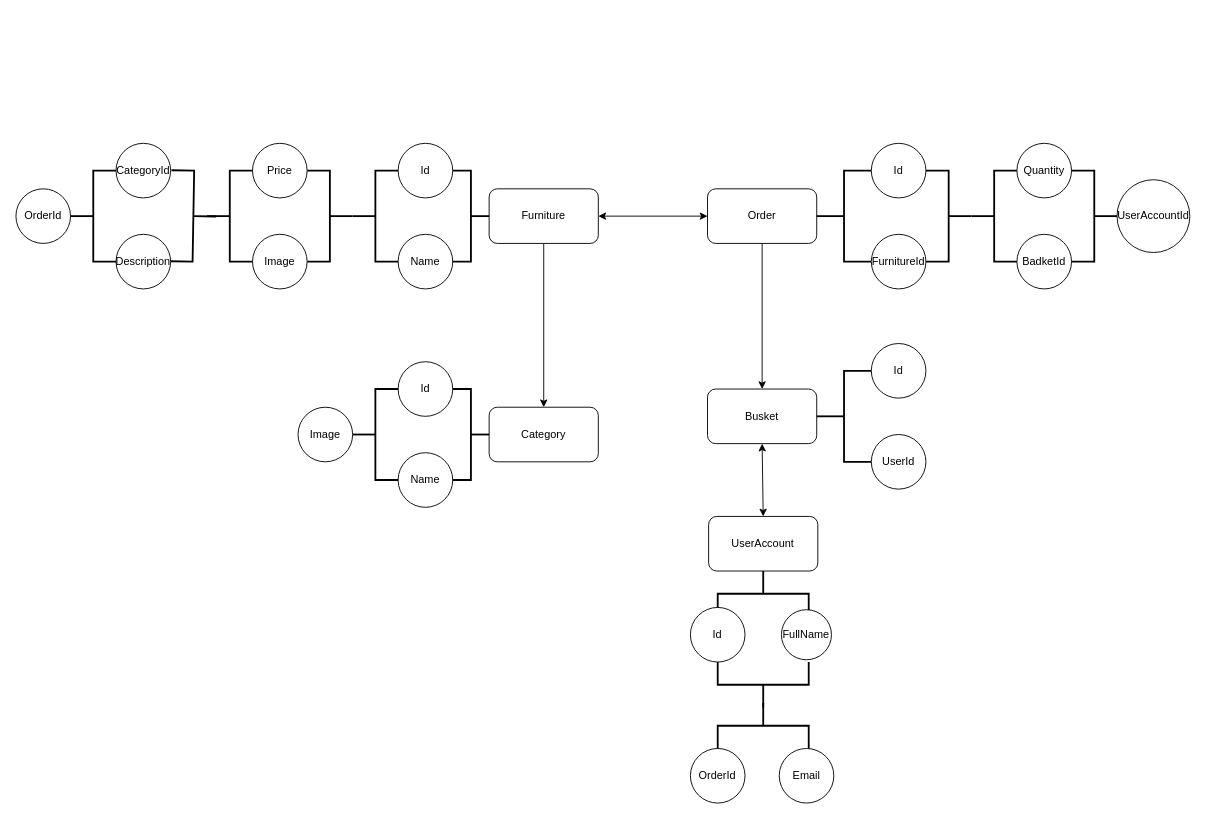
This is ER-Діаграма/Er.drawio from MyroslavShymon/FurnitureApp, a draw.io file, before an edit. Source tidied: cells renumbered, new cells numbered last; positions are measured from the earlier drawing's top-left corner, leaving out a move shared by most shapes. Both pictures are drawn from the tidied source at 91%, with x=0, y=0 at pixel (15, 143).
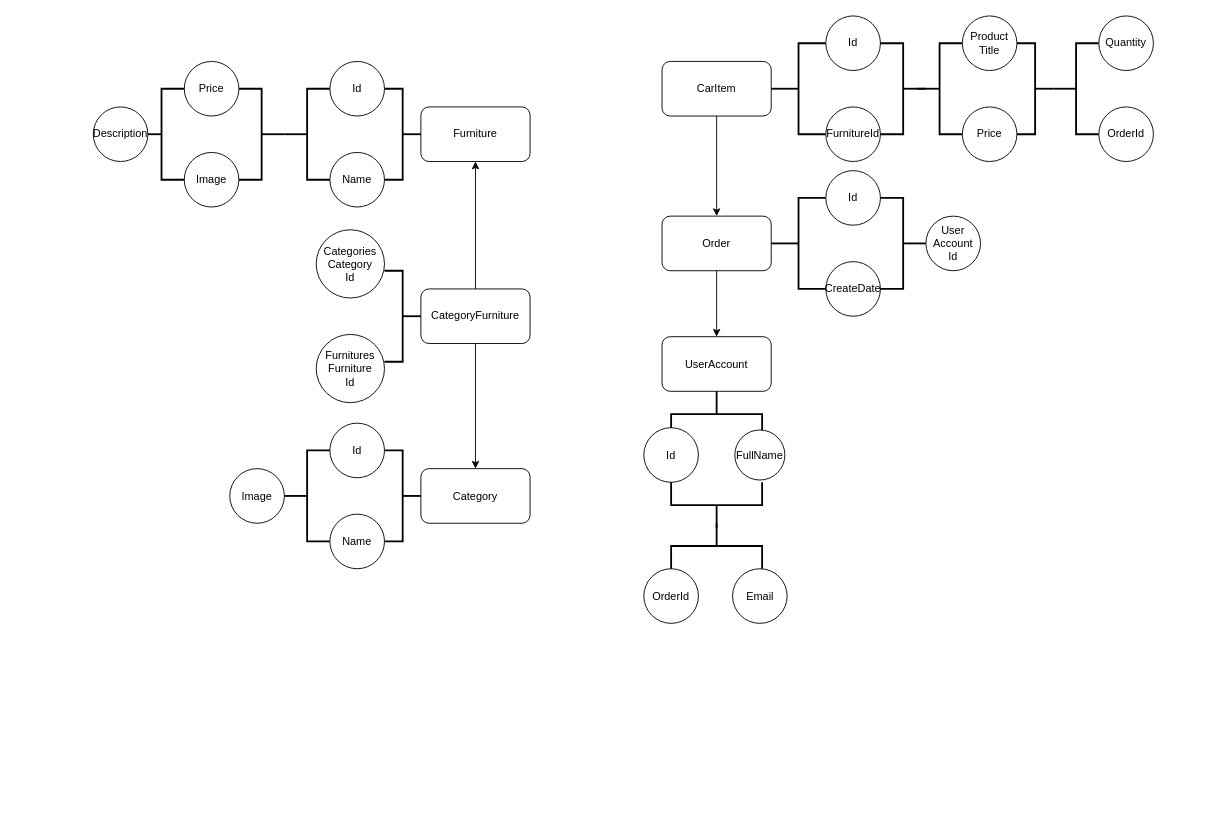
After the change.

Commit message:
Er-Diagrama (Task #6)

Change to the diagram source:
```diff
@@
-    <mxCell id="2" style="edgeStyle=orthogonalEdgeStyle;rounded=0;jettySize=auto;html=1;exitX=0.5;exitY=1;exitDx=0;exitDy=0;entryX=0.5;entryY=0;entryDx=0;entryDy=0;" parent="1" edge="1" source="3" target="15">
-      <mxGeometry relative="1" as="geometry" />
-    </mxCell>
     <mxCell id="3" value="Furniture" style="rounded=1;whiteSpace=wrap;html=1;" parent="1" vertex="1">
-      <mxGeometry x="520" y="50" width="120" height="60" as="geometry" />
+      <mxGeometry x="445" y="-40" width="120" height="60" as="geometry" />
     </mxCell>
     <mxCell id="4" style="strokeWidth=2;html=1;shape=mxgraph.flowchart.annotation_2;align=left;labelPosition=right;rotation=-180;" parent="1" vertex="1">
-      <mxGeometry x="480" y="30" width="40" height="100" as="geometry" />
+      <mxGeometry x="405" y="-60" width="40" height="100" as="geometry" />
     </mxCell>
     <mxCell id="5" value="Id" style="ellipse;whiteSpace=wrap;html=1;" parent="1" vertex="1">
-      <mxGeometry x="420" width="60" height="60" as="geometry" />
+      <mxGeometry x="345" y="-90" width="60" height="60" as="geometry" />
     </mxCell>
     <mxCell id="6" value="Name" style="ellipse;whiteSpace=wrap;html=1;" parent="1" vertex="1">
-      <mxGeometry x="420" y="100" width="60" height="60" as="geometry" />
+      <mxGeometry x="345" y="10" width="60" height="60" as="geometry" />
     </mxCell>
     <mxCell id="7" style="strokeWidth=2;html=1;shape=mxgraph.flowchart.annotation_2;align=left;labelPosition=right;" parent="1" vertex="1">
-      <mxGeometry x="370" y="30" width="50" height="100" as="geometry" />
+      <mxGeometry x="295" y="-60" width="50" height="100" as="geometry" />
     </mxCell>
     <mxCell id="8" style="strokeWidth=2;html=1;shape=mxgraph.flowchart.annotation_2;align=left;labelPosition=right;rotation=-180;" parent="1" vertex="1">
-      <mxGeometry x="320" y="30" width="50" height="100" as="geometry" />
+      <mxGeometry x="245" y="-60" width="50" height="100" as="geometry" />
     </mxCell>
     <mxCell id="9" value="Price" style="ellipse;whiteSpace=wrap;html=1;" parent="1" vertex="1">
-      <mxGeometry x="260" width="60" height="60" as="geometry" />
+      <mxGeometry x="185" y="-90" width="60" height="60" as="geometry" />
     </mxCell>
     <mxCell id="10" value="Image" style="ellipse;whiteSpace=wrap;html=1;" parent="1" vertex="1">
-      <mxGeometry x="260" y="100" width="60" height="60" as="geometry" />
+      <mxGeometry x="185" y="10" width="60" height="60" as="geometry" />
     </mxCell>
     <mxCell id="11" style="strokeWidth=2;html=1;shape=mxgraph.flowchart.annotation_2;align=left;labelPosition=right;" parent="1" vertex="1">
-      <mxGeometry x="210" y="30" width="50" height="100" as="geometry" />
+      <mxGeometry x="135" y="-60" width="50" height="100" as="geometry" />
     </mxCell>
-    <mxCell id="12" style="strokeWidth=2;html=1;shape=mxgraph.flowchart.annotation_2;align=left;labelPosition=right;rotation=-179;" parent="1" vertex="1">
-      <mxGeometry x="170" y="30" width="50" height="100" as="geometry" />
-    </mxCell>
-    <mxCell id="13" value="CategoryId" style="ellipse;whiteSpace=wrap;html=1;" parent="1" vertex="1">
-      <mxGeometry x="110" width="60" height="60" as="geometry" />
-    </mxCell>
     <mxCell id="14" value="Description" style="ellipse;whiteSpace=wrap;html=1;" parent="1" vertex="1">
-      <mxGeometry x="110" y="100" width="60" height="60" as="geometry" />
+      <mxGeometry x="85" y="-40" width="60" height="60" as="geometry" />
     </mxCell>
     <mxCell id="15" value="Category" style="rounded=1;whiteSpace=wrap;html=1;" parent="1" vertex="1">
-      <mxGeometry x="520" y="290" width="120" height="60" as="geometry" />
+      <mxGeometry x="445" y="357.5" width="120" height="60" as="geometry" />
     </mxCell>
     <mxCell id="16" style="strokeWidth=2;html=1;shape=mxgraph.flowchart.annotation_2;align=left;labelPosition=right;rotation=-180;" parent="1" vertex="1">
-      <mxGeometry x="480" y="270" width="40" height="100" as="geometry" />
+      <mxGeometry x="405" y="337.5" width="40" height="100" as="geometry" />
     </mxCell>
     <mxCell id="17" value="Id" style="ellipse;whiteSpace=wrap;html=1;" parent="1" vertex="1">
-      <mxGeometry x="420" y="240" width="60" height="60" as="geometry" />
+      <mxGeometry x="345" y="307.5" width="60" height="60" as="geometry" />
     </mxCell>
     <mxCell id="18" value="Name" style="ellipse;whiteSpace=wrap;html=1;" parent="1" vertex="1">
-      <mxGeometry x="420" y="340" width="60" height="60" as="geometry" />
+      <mxGeometry x="345" y="407.5" width="60" height="60" as="geometry" />
     </mxCell>
     <mxCell id="19" style="strokeWidth=2;html=1;shape=mxgraph.flowchart.annotation_2;align=left;labelPosition=right;" parent="1" vertex="1">
-      <mxGeometry x="370" y="270" width="50" height="100" as="geometry" />
+      <mxGeometry x="295" y="337.5" width="50" height="100" as="geometry" />
     </mxCell>
-    <mxCell id="20" value="Busket" style="rounded=1;whiteSpace=wrap;html=1;" parent="1" vertex="1">
-      <mxGeometry x="760" y="270" width="120" height="60" as="geometry" />
-    </mxCell>
     <mxCell id="21" value="Image" style="ellipse;whiteSpace=wrap;html=1;" parent="1" vertex="1">
-      <mxGeometry x="310" y="290" width="60" height="60" as="geometry" />
+      <mxGeometry x="235" y="357.5" width="60" height="60" as="geometry" />
     </mxCell>
-    <mxCell id="22" style="strokeWidth=2;html=1;shape=mxgraph.flowchart.annotation_2;align=left;labelPosition=right;rotation=-360;" parent="1" vertex="1">
-      <mxGeometry x="880" y="250" width="60" height="100" as="geometry" />
-    </mxCell>
-    <mxCell id="23" value="Id" style="ellipse;whiteSpace=wrap;html=1;" parent="1" vertex="1">
-      <mxGeometry x="940" y="220" width="60" height="60" as="geometry" />
-    </mxCell>
-    <mxCell id="24" value="UserId" style="ellipse;whiteSpace=wrap;html=1;" parent="1" vertex="1">
-      <mxGeometry x="940" y="320" width="60" height="60" as="geometry" />
-    </mxCell>
-    <mxCell id="25" style="strokeWidth=2;html=1;shape=mxgraph.flowchart.annotation_2;align=left;labelPosition=right;" parent="1" vertex="1">
-      <mxGeometry x="60" y="30" width="50" height="100" as="geometry" />
-    </mxCell>
-    <mxCell id="26" value="OrderId" style="ellipse;whiteSpace=wrap;html=1;" parent="1" vertex="1">
-      <mxGeometry y="50" width="60" height="60" as="geometry" />
-    </mxCell>
-    <mxCell id="27" style="group;" parent="1" vertex="1">
-      <mxGeometry x="760" width="400" height="160" as="geometry" />
-    </mxCell>
-    <mxCell id="28" value="Order" style="rounded=1;whiteSpace=wrap;html=1;" parent="27" vertex="1">
-      <mxGeometry y="50" width="120" height="60" as="geometry" />
-    </mxCell>
-    <mxCell id="29" style="strokeWidth=2;html=1;shape=mxgraph.flowchart.annotation_2;align=left;labelPosition=right;rotation=-360;" parent="27" vertex="1">
-      <mxGeometry x="120" y="30" width="60" height="100" as="geometry" />
-    </mxCell>
-    <mxCell id="30" value="Id" style="ellipse;whiteSpace=wrap;html=1;" parent="27" vertex="1">
-      <mxGeometry x="180" width="60" height="60" as="geometry" />
-    </mxCell>
-    <mxCell id="31" value="FurnitureId" style="ellipse;whiteSpace=wrap;html=1;" parent="27" vertex="1">
-      <mxGeometry x="180" y="100" width="60" height="60" as="geometry" />
-    </mxCell>
-    <mxCell id="32" style="strokeWidth=2;html=1;shape=mxgraph.flowchart.annotation_2;align=left;labelPosition=right;rotation=-180;" parent="27" vertex="1">
-      <mxGeometry x="240" y="30" width="50" height="100" as="geometry" />
-    </mxCell>
-    <mxCell id="33" value="Quantity" style="ellipse;whiteSpace=wrap;html=1;" parent="27" vertex="1">
-      <mxGeometry x="340" width="60" height="60" as="geometry" />
-    </mxCell>
-    <mxCell id="34" style="strokeWidth=2;html=1;shape=mxgraph.flowchart.annotation_2;align=left;labelPosition=right;" parent="27" vertex="1">
-      <mxGeometry x="290" y="30" width="50" height="100" as="geometry" />
-    </mxCell>
-    <mxCell id="35" value="BadketId" style="ellipse;whiteSpace=wrap;html=1;" parent="27" vertex="1">
-      <mxGeometry x="340" y="100" width="60" height="60" as="geometry" />
-    </mxCell>
-    <mxCell id="36" style="strokeWidth=2;html=1;shape=mxgraph.flowchart.annotation_2;align=left;labelPosition=right;direction=west;" parent="1" vertex="1">
-      <mxGeometry x="1160" y="30" width="50" height="100" as="geometry" />
-    </mxCell>
-    <mxCell id="37" value="UserAccountId" style="ellipse;whiteSpace=wrap;html=1;" parent="1" vertex="1">
-      <mxGeometry x="1210" y="40" width="80" height="80" as="geometry" />
-    </mxCell>
     <mxCell id="38" value="UserAccount" style="rounded=1;whiteSpace=wrap;html=1;" parent="1" vertex="1">
-      <mxGeometry x="761.2" y="410" width="120" height="60" as="geometry" />
+      <mxGeometry x="710" y="212.5" width="120" height="60" as="geometry" />
     </mxCell>
     <mxCell id="39" style="strokeWidth=2;html=1;shape=mxgraph.flowchart.annotation_2;align=left;labelPosition=right;direction=south;" parent="1" vertex="1">
-      <mxGeometry x="771.2" y="470" width="100" height="50" as="geometry" />
+      <mxGeometry x="720" y="272.5" width="100" height="50" as="geometry" />
     </mxCell>
     <mxCell id="40" value="Id" style="ellipse;whiteSpace=wrap;html=1;rotation=0;" parent="1" vertex="1">
-      <mxGeometry x="741.2" y="510" width="60" height="60" as="geometry" />
+      <mxGeometry x="690" y="312.5" width="60" height="60" as="geometry" />
     </mxCell>
     <mxCell id="41" value="FullName" style="ellipse;whiteSpace=wrap;html=1;rotation=0;" parent="1" vertex="1">
-      <mxGeometry x="841.2" y="512.5" width="55" height="55" as="geometry" />
+      <mxGeometry x="790" y="315" width="55" height="55" as="geometry" />
     </mxCell>
     <mxCell id="42" value="Email" style="ellipse;whiteSpace=wrap;html=1;rotation=0;" parent="1" vertex="1">
-      <mxGeometry x="838.8" y="665" width="60" height="60" as="geometry" />
+      <mxGeometry x="787.5" y="467.5" width="60" height="60" as="geometry" />
     </mxCell>
     <mxCell id="43" value="OrderId" style="ellipse;whiteSpace=wrap;html=1;rotation=0;" parent="1" vertex="1">
-      <mxGeometry x="741.2" y="665" width="60" height="60" as="geometry" />
+      <mxGeometry x="690" y="467.5" width="60" height="60" as="geometry" />
     </mxCell>
     <mxCell id="44" style="strokeWidth=2;html=1;shape=mxgraph.flowchart.annotation_2;align=left;labelPosition=right;direction=north;" parent="1" vertex="1">
-      <mxGeometry x="771.2" y="570" width="100" height="50" as="geometry" />
+      <mxGeometry x="720" y="372.5" width="100" height="50" as="geometry" />
     </mxCell>
     <mxCell id="45" style="strokeWidth=2;html=1;shape=mxgraph.flowchart.annotation_2;align=left;labelPosition=right;direction=south;" parent="1" vertex="1">
-      <mxGeometry x="771.2" y="615" width="100" height="50" as="geometry" />
+      <mxGeometry x="720" y="417.5" width="100" height="50" as="geometry" />
     </mxCell>
-    <mxCell id="46" style="endArrow=classic;startArrow=classic;html=1;rounded=0;exitX=0.5;exitY=0;exitDx=0;exitDy=0;entryX=0.5;entryY=1;entryDx=0;entryDy=0;" parent="1" edge="1" source="38" target="20">
-      <mxGeometry relative="1" as="geometry" />
-    </mxCell>
-    <mxCell id="47" style="edgeStyle=orthogonalEdgeStyle;rounded=0;jettySize=auto;html=1;exitX=0.5;exitY=1;exitDx=0;exitDy=0;entryX=0.5;entryY=0;entryDx=0;entryDy=0;" parent="1" edge="1" source="28" target="20">
-      <mxGeometry relative="1" as="geometry" />
-    </mxCell>
-    <mxCell id="48" style="endArrow=classic;startArrow=classic;html=1;rounded=0;exitX=1;exitY=0.5;exitDx=0;exitDy=0;entryX=0;entryY=0.5;entryDx=0;entryDy=0;" parent="1" edge="1" source="3" target="28">
-      <mxGeometry relative="1" as="geometry" />
-    </mxCell>
+    <mxCell id="49" style="group;" parent="1" vertex="1">
+      <mxGeometry x="710" y="30" width="350" height="160" as="geometry" />
+    </mxCell>
+    <mxCell id="28" value="Order" style="rounded=1;whiteSpace=wrap;html=1;" parent="49" vertex="1">
+      <mxGeometry y="50" width="120" height="60" as="geometry" />
+    </mxCell>
+    <mxCell id="29" style="strokeWidth=2;html=1;shape=mxgraph.flowchart.annotation_2;align=left;labelPosition=right;rotation=-360;" parent="49" vertex="1">
+      <mxGeometry x="120" y="30" width="60" height="100" as="geometry" />
+    </mxCell>
+    <mxCell id="30" value="Id" style="ellipse;whiteSpace=wrap;html=1;" parent="49" vertex="1">
+      <mxGeometry x="180" width="60" height="60" as="geometry" />
+    </mxCell>
+    <mxCell id="31" value="CreateDate" style="ellipse;whiteSpace=wrap;html=1;" parent="49" vertex="1">
+      <mxGeometry x="180" y="100" width="60" height="60" as="geometry" />
+    </mxCell>
+    <mxCell id="32" style="strokeWidth=2;html=1;shape=mxgraph.flowchart.annotation_2;align=left;labelPosition=right;rotation=-180;" parent="49" vertex="1">
+      <mxGeometry x="240" y="30" width="50" height="100" as="geometry" />
+    </mxCell>
+    <mxCell id="35" value="User&lt;br&gt;Account&lt;br&gt;Id" style="ellipse;whiteSpace=wrap;html=1;" parent="49" vertex="1">
+      <mxGeometry x="290" y="50" width="60" height="60" as="geometry" />
+    </mxCell>
+    <mxCell id="50" style="group;" parent="1" vertex="1">
+      <mxGeometry x="710" y="-140" width="540" height="160" as="geometry" />
+    </mxCell>
+    <mxCell id="51" value="CarItem" style="rounded=1;whiteSpace=wrap;html=1;" parent="50" vertex="1">
+      <mxGeometry y="50" width="120" height="60" as="geometry" />
+    </mxCell>
+    <mxCell id="52" style="strokeWidth=2;html=1;shape=mxgraph.flowchart.annotation_2;align=left;labelPosition=right;rotation=-360;" parent="50" vertex="1">
+      <mxGeometry x="120" y="30" width="60" height="100" as="geometry" />
+    </mxCell>
+    <mxCell id="23" value="Id" style="ellipse;whiteSpace=wrap;html=1;" parent="50" vertex="1">
+      <mxGeometry x="180" width="60" height="60" as="geometry" />
+    </mxCell>
+    <mxCell id="53" value="FurnitureId" style="ellipse;whiteSpace=wrap;html=1;" parent="50" vertex="1">
+      <mxGeometry x="180" y="100" width="60" height="60" as="geometry" />
+    </mxCell>
+    <mxCell id="54" style="strokeWidth=2;html=1;shape=mxgraph.flowchart.annotation_2;align=left;labelPosition=right;rotation=-180;" parent="50" vertex="1">
+      <mxGeometry x="240" y="30" width="50" height="100" as="geometry" />
+    </mxCell>
+    <mxCell id="55" style="strokeWidth=2;html=1;shape=mxgraph.flowchart.annotation_2;align=left;labelPosition=right;" parent="50" vertex="1">
+      <mxGeometry x="280" y="30" width="50" height="100" as="geometry" />
+    </mxCell>
+    <mxCell id="56" value="Product&lt;br&gt;Title" style="ellipse;whiteSpace=wrap;html=1;" parent="50" vertex="1">
+      <mxGeometry x="330" width="60" height="60" as="geometry" />
+    </mxCell>
+    <mxCell id="57" value="Price" style="ellipse;whiteSpace=wrap;html=1;" parent="50" vertex="1">
+      <mxGeometry x="330" y="100" width="60" height="60" as="geometry" />
+    </mxCell>
+    <mxCell id="58" style="strokeWidth=2;html=1;shape=mxgraph.flowchart.annotation_2;align=left;labelPosition=right;rotation=-180;" parent="50" vertex="1">
+      <mxGeometry x="390" y="30" width="40" height="100" as="geometry" />
+    </mxCell>
+    <mxCell id="59" style="strokeWidth=2;html=1;shape=mxgraph.flowchart.annotation_2;align=left;labelPosition=right;" parent="50" vertex="1">
+      <mxGeometry x="430" y="30" width="50" height="100" as="geometry" />
+    </mxCell>
+    <mxCell id="33" value="Quantity" style="ellipse;whiteSpace=wrap;html=1;" parent="50" vertex="1">
+      <mxGeometry x="480" width="60" height="60" as="geometry" />
+    </mxCell>
+    <mxCell id="26" value="OrderId" style="ellipse;whiteSpace=wrap;html=1;" parent="50" vertex="1">
+      <mxGeometry x="480" y="100" width="60" height="60" as="geometry" />
+    </mxCell>
+    <mxCell id="60" style="endArrow=classic;html=1;rounded=0;exitX=0.5;exitY=1;exitDx=0;exitDy=0;entryX=0.5;entryY=0;entryDx=0;entryDy=0;" parent="1" edge="1" source="51" target="28">
+      <mxGeometry relative="1" as="geometry" />
+    </mxCell>
+    <mxCell id="61" style="edgeStyle=orthogonalEdgeStyle;rounded=0;jettySize=auto;html=1;exitX=0.5;exitY=1;exitDx=0;exitDy=0;entryX=0.5;entryY=0;entryDx=0;entryDy=0;" parent="1" edge="1" source="28" target="38">
+      <mxGeometry relative="1" as="geometry" />
+    </mxCell>
+    <mxCell id="62" style="edgeStyle=orthogonalEdgeStyle;rounded=0;jettySize=auto;html=1;exitX=0.5;exitY=1;exitDx=0;exitDy=0;entryX=0.5;entryY=0;entryDx=0;entryDy=0;" parent="1" edge="1" source="64" target="15">
+      <mxGeometry relative="1" as="geometry" />
+    </mxCell>
+    <mxCell id="63" style="edgeStyle=orthogonalEdgeStyle;rounded=0;jettySize=auto;html=1;exitX=0.5;exitY=0;exitDx=0;exitDy=0;entryX=0.5;entryY=1;entryDx=0;entryDy=0;" parent="1" edge="1" source="64" target="3">
+      <mxGeometry relative="1" as="geometry" />
+    </mxCell>
+    <mxCell id="64" value="CategoryFurniture" style="rounded=1;whiteSpace=wrap;html=1;" parent="1" vertex="1">
+      <mxGeometry x="445" y="160" width="120" height="60" as="geometry" />
+    </mxCell>
+    <mxCell id="65" style="strokeWidth=2;html=1;shape=mxgraph.flowchart.annotation_2;align=left;labelPosition=right;rotation=-180;" parent="1" vertex="1">
+      <mxGeometry x="405" y="140" width="40" height="100" as="geometry" />
+    </mxCell>
+    <mxCell id="66" value="Categories&lt;br&gt;Category&lt;br&gt;Id" style="ellipse;whiteSpace=wrap;html=1;" parent="1" vertex="1">
+      <mxGeometry x="330" y="95" width="75" height="75" as="geometry" />
+    </mxCell>
+    <mxCell id="67" value="Furnitures&lt;br&gt;Furniture&lt;br&gt;Id" style="ellipse;whiteSpace=wrap;html=1;" parent="1" vertex="1">
+      <mxGeometry x="330" y="210" width="75" height="75" as="geometry" />
+    </mxCell>
```
